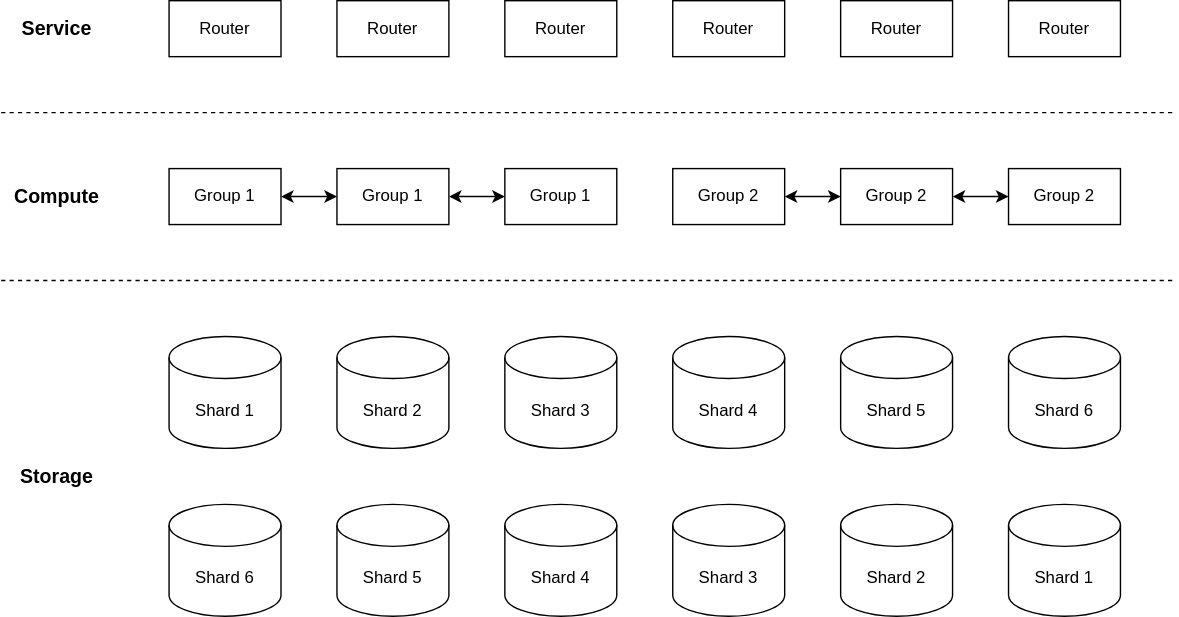
The draw.io diagram docs/media/architecture.drawio.svg in photondb/photondb, before a commit. Source tidied: cells renumbered, new cells last; positions are measured from the earlier drawing's top-left corner, leaving out a move shared by most shapes. Its diagram source:
```xml
<mxGraphModel>
  <root>
    <mxCell id="0" />
    <mxCell id="1" parent="0" />
    <mxCell id="2" value="Shard 1" style="shape=cylinder3;whiteSpace=wrap;html=1;boundedLbl=1;backgroundOutline=1;size=15;sketch=0;" parent="1" vertex="1">
      <mxGeometry x="120" y="240" width="80" height="80" as="geometry" />
    </mxCell>
    <mxCell id="3" style="edgeStyle=none;html=1;startArrow=classic;startFill=1;sketch=0;" parent="1" edge="1" source="4" target="6">
      <mxGeometry relative="1" as="geometry" />
    </mxCell>
    <mxCell id="4" value="Group 1" style="rounded=0;whiteSpace=wrap;html=1;sketch=0;" parent="1" vertex="1">
      <mxGeometry x="120" y="120" width="80" height="40" as="geometry" />
    </mxCell>
    <mxCell id="5" style="edgeStyle=none;html=1;startArrow=classic;startFill=1;sketch=0;" parent="1" edge="1" source="6" target="7">
      <mxGeometry relative="1" as="geometry" />
    </mxCell>
    <mxCell id="6" value="Group 1" style="rounded=0;whiteSpace=wrap;html=1;sketch=0;" parent="1" vertex="1">
      <mxGeometry x="240" y="120" width="80" height="40" as="geometry" />
    </mxCell>
    <mxCell id="7" value="Group 1" style="rounded=0;whiteSpace=wrap;html=1;sketch=0;" parent="1" vertex="1">
      <mxGeometry x="360" y="120" width="80" height="40" as="geometry" />
    </mxCell>
    <mxCell id="8" style="edgeStyle=none;html=1;startArrow=classic;startFill=1;sketch=0;" parent="1" edge="1" source="9" target="11">
      <mxGeometry relative="1" as="geometry" />
    </mxCell>
    <mxCell id="9" value="Group 2" style="rounded=0;whiteSpace=wrap;html=1;sketch=0;" parent="1" vertex="1">
      <mxGeometry x="480" y="120" width="80" height="40" as="geometry" />
    </mxCell>
    <mxCell id="10" style="edgeStyle=none;html=1;startArrow=classic;startFill=1;sketch=0;" parent="1" edge="1" source="11" target="12">
      <mxGeometry relative="1" as="geometry" />
    </mxCell>
    <mxCell id="11" value="Group 2" style="rounded=0;whiteSpace=wrap;html=1;sketch=0;" parent="1" vertex="1">
      <mxGeometry x="600" y="120" width="80" height="40" as="geometry" />
    </mxCell>
    <mxCell id="12" value="Group 2" style="rounded=0;whiteSpace=wrap;html=1;sketch=0;" parent="1" vertex="1">
      <mxGeometry x="720" y="120" width="80" height="40" as="geometry" />
    </mxCell>
    <mxCell id="13" value="Shard 2" style="shape=cylinder3;whiteSpace=wrap;html=1;boundedLbl=1;backgroundOutline=1;size=15;sketch=0;" parent="1" vertex="1">
      <mxGeometry x="240" y="240" width="80" height="80" as="geometry" />
    </mxCell>
    <mxCell id="14" value="Shard 3" style="shape=cylinder3;whiteSpace=wrap;html=1;boundedLbl=1;backgroundOutline=1;size=15;sketch=0;" parent="1" vertex="1">
      <mxGeometry x="360" y="240" width="80" height="80" as="geometry" />
    </mxCell>
    <mxCell id="15" value="Shard 4" style="shape=cylinder3;whiteSpace=wrap;html=1;boundedLbl=1;backgroundOutline=1;size=15;sketch=0;" parent="1" vertex="1">
      <mxGeometry x="480" y="240" width="80" height="80" as="geometry" />
    </mxCell>
    <mxCell id="16" value="Shard 5" style="shape=cylinder3;whiteSpace=wrap;html=1;boundedLbl=1;backgroundOutline=1;size=15;sketch=0;" parent="1" vertex="1">
      <mxGeometry x="600" y="240" width="80" height="80" as="geometry" />
    </mxCell>
    <mxCell id="17" value="Shard 6" style="shape=cylinder3;whiteSpace=wrap;html=1;boundedLbl=1;backgroundOutline=1;size=15;sketch=0;" parent="1" vertex="1">
      <mxGeometry x="720" y="240" width="80" height="80" as="geometry" />
    </mxCell>
    <mxCell id="18" value="Shard 6" style="shape=cylinder3;whiteSpace=wrap;html=1;boundedLbl=1;backgroundOutline=1;size=15;sketch=0;" parent="1" vertex="1">
      <mxGeometry x="120" y="360" width="80" height="80" as="geometry" />
    </mxCell>
    <mxCell id="19" value="Shard 5" style="shape=cylinder3;whiteSpace=wrap;html=1;boundedLbl=1;backgroundOutline=1;size=15;sketch=0;" parent="1" vertex="1">
      <mxGeometry x="240" y="360" width="80" height="80" as="geometry" />
    </mxCell>
    <mxCell id="20" value="Shard 4" style="shape=cylinder3;whiteSpace=wrap;html=1;boundedLbl=1;backgroundOutline=1;size=15;sketch=0;" parent="1" vertex="1">
      <mxGeometry x="360" y="360" width="80" height="80" as="geometry" />
    </mxCell>
    <mxCell id="21" value="Shard 3" style="shape=cylinder3;whiteSpace=wrap;html=1;boundedLbl=1;backgroundOutline=1;size=15;sketch=0;" parent="1" vertex="1">
      <mxGeometry x="480" y="360" width="80" height="80" as="geometry" />
    </mxCell>
    <mxCell id="22" value="Shard 2" style="shape=cylinder3;whiteSpace=wrap;html=1;boundedLbl=1;backgroundOutline=1;size=15;sketch=0;" parent="1" vertex="1">
      <mxGeometry x="600" y="360" width="80" height="80" as="geometry" />
    </mxCell>
    <mxCell id="23" value="Shard 1" style="shape=cylinder3;whiteSpace=wrap;html=1;boundedLbl=1;backgroundOutline=1;size=15;sketch=0;" parent="1" vertex="1">
      <mxGeometry x="720" y="360" width="80" height="80" as="geometry" />
    </mxCell>
    <mxCell id="24" value="Router" style="rounded=0;whiteSpace=wrap;html=1;sketch=0;" parent="1" vertex="1">
      <mxGeometry x="240" width="80" height="40" as="geometry" />
    </mxCell>
    <mxCell id="25" value="Router" style="rounded=0;whiteSpace=wrap;html=1;sketch=0;" parent="1" vertex="1">
      <mxGeometry x="600" width="80" height="40" as="geometry" />
    </mxCell>
    <mxCell id="26" value="Router" style="rounded=0;whiteSpace=wrap;html=1;sketch=0;" parent="1" vertex="1">
      <mxGeometry x="360" width="80" height="40" as="geometry" />
    </mxCell>
    <mxCell id="27" value="Router" style="rounded=0;whiteSpace=wrap;html=1;sketch=0;" parent="1" vertex="1">
      <mxGeometry x="480" width="80" height="40" as="geometry" />
    </mxCell>
    <mxCell id="28" value="Router" style="rounded=0;whiteSpace=wrap;html=1;sketch=0;" parent="1" vertex="1">
      <mxGeometry x="720" width="80" height="40" as="geometry" />
    </mxCell>
    <mxCell id="29" value="Router" style="rounded=0;whiteSpace=wrap;html=1;sketch=0;" parent="1" vertex="1">
      <mxGeometry x="120" width="80" height="40" as="geometry" />
    </mxCell>
    <mxCell id="30" value="Storage" style="text;html=1;align=center;verticalAlign=middle;whiteSpace=wrap;rounded=0;sketch=0;fontSize=14;fontStyle=1;" parent="1" vertex="1">
      <mxGeometry y="320" width="80" height="40" as="geometry" />
    </mxCell>
    <mxCell id="31" value="Compute" style="text;html=1;align=center;verticalAlign=middle;whiteSpace=wrap;rounded=0;sketch=0;fontSize=14;fontStyle=1;" parent="1" vertex="1">
      <mxGeometry y="120" width="80" height="40" as="geometry" />
    </mxCell>
    <mxCell id="32" value="Service" style="text;html=1;align=center;verticalAlign=middle;whiteSpace=wrap;rounded=0;sketch=0;fontSize=14;fontStyle=1;" parent="1" vertex="1">
      <mxGeometry width="80" height="40" as="geometry" />
    </mxCell>
    <mxCell id="33" style="endArrow=none;html=1;dashed=1;sketch=0;" parent="1" edge="1">
      <mxGeometry relative="1" as="geometry">
        <mxPoint y="200" as="sourcePoint" />
        <mxPoint x="840" y="200" as="targetPoint" />
      </mxGeometry>
    </mxCell>
    <mxCell id="34" style="endArrow=none;html=1;dashed=1;sketch=0;" parent="1" edge="1">
      <mxGeometry relative="1" as="geometry">
        <mxPoint y="80" as="sourcePoint" />
        <mxPoint x="840" y="80" as="targetPoint" />
      </mxGeometry>
    </mxCell>
  </root>
</mxGraphModel>
```
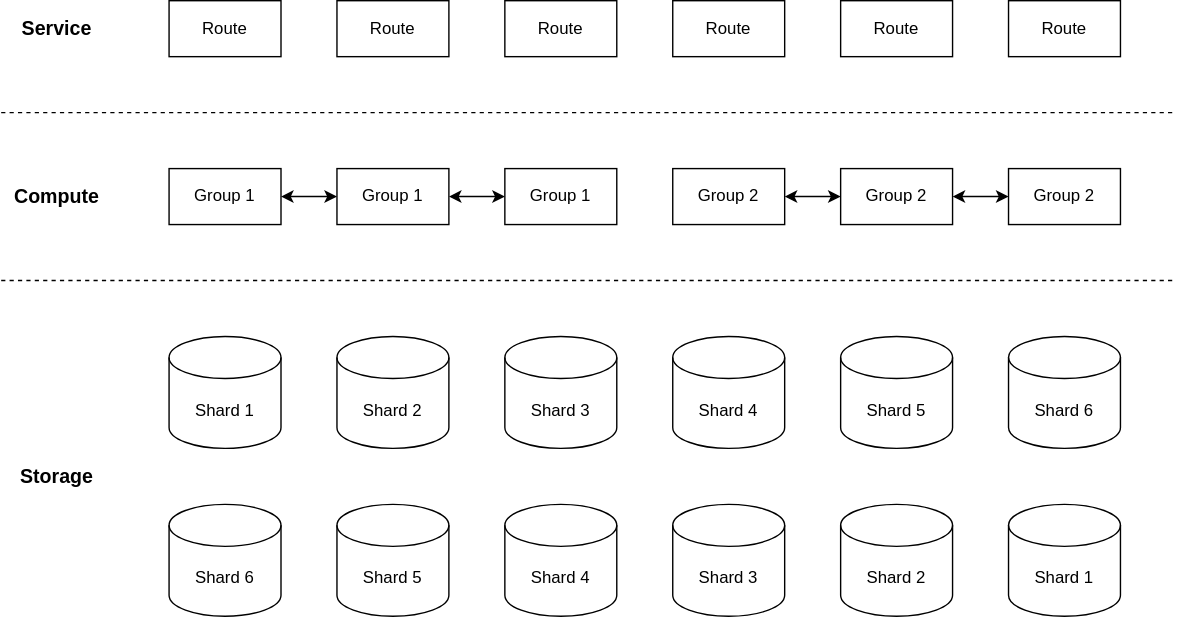
Later version of the same file.

Commit message:
Add group architecture

What changed in the source:
```diff
@@ -68,22 +68,22 @@
     <mxCell id="23" value="Shard 1" style="shape=cylinder3;whiteSpace=wrap;html=1;boundedLbl=1;backgroundOutline=1;size=15;sketch=0;" parent="1" vertex="1">
       <mxGeometry x="720" y="360" width="80" height="80" as="geometry" />
     </mxCell>
-    <mxCell id="24" value="Router" style="rounded=0;whiteSpace=wrap;html=1;sketch=0;" parent="1" vertex="1">
+    <mxCell id="24" value="Route" style="rounded=0;whiteSpace=wrap;html=1;sketch=0;" parent="1" vertex="1">
       <mxGeometry x="240" width="80" height="40" as="geometry" />
     </mxCell>
-    <mxCell id="25" value="Router" style="rounded=0;whiteSpace=wrap;html=1;sketch=0;" parent="1" vertex="1">
+    <mxCell id="25" value="Route" style="rounded=0;whiteSpace=wrap;html=1;sketch=0;" parent="1" vertex="1">
       <mxGeometry x="600" width="80" height="40" as="geometry" />
     </mxCell>
-    <mxCell id="26" value="Router" style="rounded=0;whiteSpace=wrap;html=1;sketch=0;" parent="1" vertex="1">
+    <mxCell id="26" value="Route" style="rounded=0;whiteSpace=wrap;html=1;sketch=0;" parent="1" vertex="1">
       <mxGeometry x="360" width="80" height="40" as="geometry" />
     </mxCell>
-    <mxCell id="27" value="Router" style="rounded=0;whiteSpace=wrap;html=1;sketch=0;" parent="1" vertex="1">
+    <mxCell id="27" value="Route" style="rounded=0;whiteSpace=wrap;html=1;sketch=0;" parent="1" vertex="1">
       <mxGeometry x="480" width="80" height="40" as="geometry" />
     </mxCell>
-    <mxCell id="28" value="Router" style="rounded=0;whiteSpace=wrap;html=1;sketch=0;" parent="1" vertex="1">
+    <mxCell id="28" value="Route" style="rounded=0;whiteSpace=wrap;html=1;sketch=0;" parent="1" vertex="1">
       <mxGeometry x="720" width="80" height="40" as="geometry" />
     </mxCell>
-    <mxCell id="29" value="Router" style="rounded=0;whiteSpace=wrap;html=1;sketch=0;" parent="1" vertex="1">
+    <mxCell id="29" value="Route" style="rounded=0;whiteSpace=wrap;html=1;sketch=0;" parent="1" vertex="1">
       <mxGeometry x="120" width="80" height="40" as="geometry" />
     </mxCell>
     <mxCell id="30" value="Storage" style="text;html=1;align=center;verticalAlign=middle;whiteSpace=wrap;rounded=0;sketch=0;fontSize=14;fontStyle=1;" parent="1" vertex="1">
```
